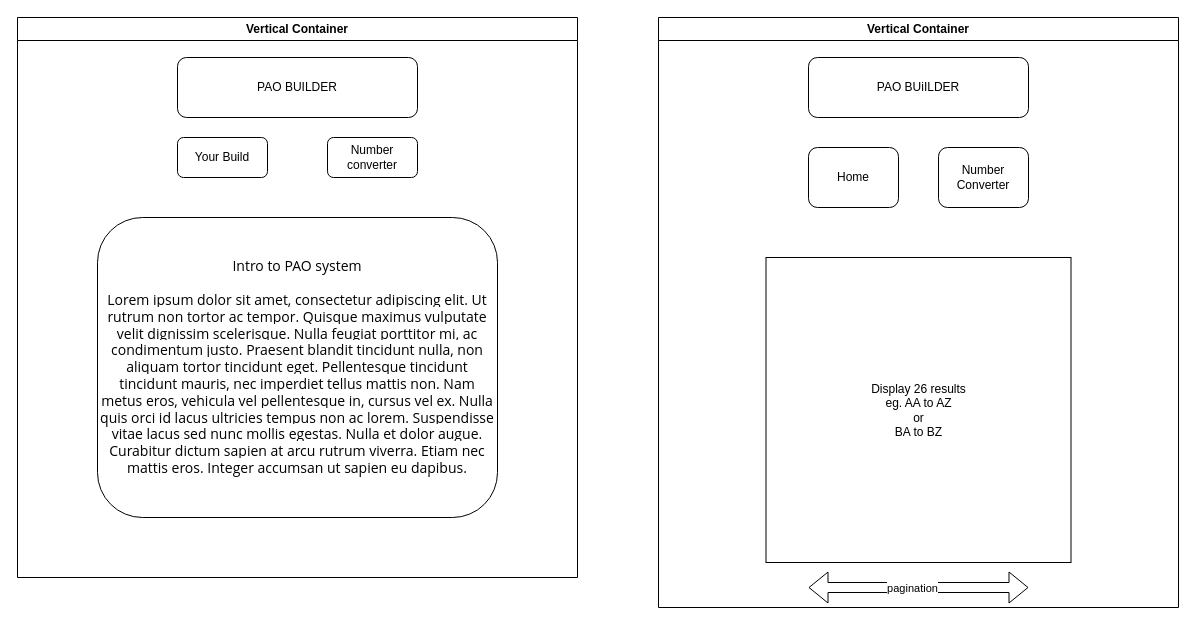
The draw.io diagram public/Untitled Diagram.drawio in Henry-Tottle/paoSystem, before the edit. Source tidied: cells renumbered, new cells numbered last; positions are measured from the earlier drawing's top-left corner, leaving out a move shared by most shapes. Both pictures are drawn from the tidied source at 100%, with x=0, y=0 at pixel (17, 17).
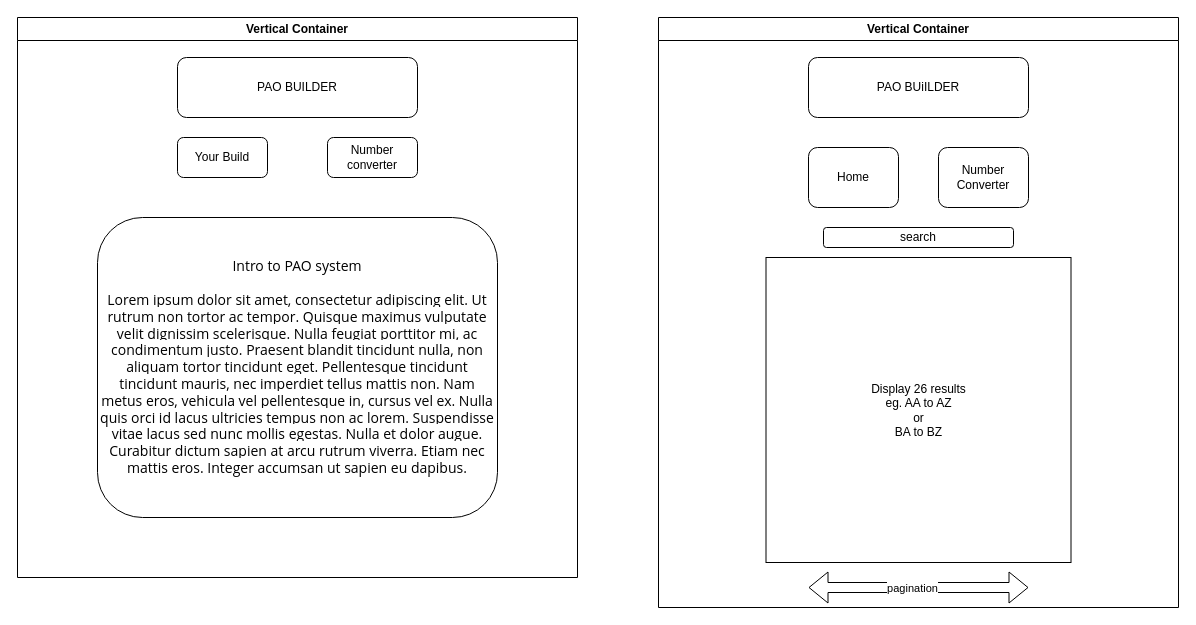
Above is the later version.

The edit, as a diff of the source:
```diff
@@
 <mxGraphModel>
   <root>
     <mxCell id="0" />
     <mxCell id="1" parent="0" />
     <mxCell id="2" value="Vertical Container" style="swimlane;whiteSpace=wrap;html=1;" parent="1" vertex="1">
       <mxGeometry width="560" height="560" as="geometry" />
     </mxCell>
     <mxCell id="3" value="PAO BUILDER" style="rounded=1;whiteSpace=wrap;html=1;" parent="2" vertex="1">
       <mxGeometry x="160" y="40" width="240" height="60" as="geometry" />
     </mxCell>
     <mxCell id="4" value="Your Build" style="rounded=1;whiteSpace=wrap;html=1;" parent="2" vertex="1">
       <mxGeometry x="160" y="120" width="90" height="40" as="geometry" />
     </mxCell>
     <mxCell id="5" value="Number converter" style="rounded=1;whiteSpace=wrap;html=1;" parent="2" vertex="1">
       <mxGeometry x="310" y="120" width="90" height="40" as="geometry" />
     </mxCell>
     <mxCell id="6" value="&lt;div&gt;&lt;span style=&quot;font-family: &amp;quot;Open Sans&amp;quot;, Arial, sans-serif; font-size: 14px; text-align: justify; background-color: rgb(255, 255, 255);&quot;&gt;Intro to PAO system&lt;/span&gt;&lt;/div&gt;&lt;div&gt;&lt;span style=&quot;font-family: &amp;quot;Open Sans&amp;quot;, Arial, sans-serif; font-size: 14px; text-align: justify; background-color: rgb(255, 255, 255);&quot;&gt;&lt;br&gt;&lt;/span&gt;&lt;/div&gt;&lt;span style=&quot;font-family: &amp;quot;Open Sans&amp;quot;, Arial, sans-serif; font-size: 14px; text-align: justify; background-color: rgb(255, 255, 255);&quot;&gt;Lorem ipsum dolor sit amet, consectetur adipiscing elit. Ut rutrum non tortor ac tempor. Quisque maximus vulputate velit dignissim scelerisque. Nulla feugiat porttitor mi, ac condimentum justo. Praesent blandit tincidunt nulla, non aliquam tortor tincidunt eget. Pellentesque tincidunt tincidunt mauris, nec imperdiet tellus mattis non. Nam metus eros, vehicula vel pellentesque in, cursus vel ex. Nulla quis orci id lacus ultricies tempus non ac lorem. Suspendisse vitae lacus sed nunc mollis egestas. Nulla et dolor augue. Curabitur dictum sapien at arcu rutrum viverra. Etiam nec mattis eros. Integer accumsan ut sapien eu dapibus.&lt;/span&gt;" style="rounded=1;whiteSpace=wrap;html=1;" parent="2" vertex="1">
       <mxGeometry x="80" y="200" width="400" height="300" as="geometry" />
     </mxCell>
     <mxCell id="7" value="Vertical Container" style="swimlane;whiteSpace=wrap;html=1;" parent="1" vertex="1">
       <mxGeometry x="641" width="520" height="590" as="geometry" />
     </mxCell>
     <mxCell id="8" value="PAO BUiILDER" style="rounded=1;whiteSpace=wrap;html=1;" parent="7" vertex="1">
       <mxGeometry x="150" y="40" width="220" height="60" as="geometry" />
     </mxCell>
     <mxCell id="9" value="Number Converter" style="rounded=1;whiteSpace=wrap;html=1;" parent="7" vertex="1">
       <mxGeometry x="280" y="130" width="90" height="60" as="geometry" />
     </mxCell>
     <mxCell id="10" value="Home" style="rounded=1;whiteSpace=wrap;html=1;" parent="7" vertex="1">
       <mxGeometry x="150" y="130" width="90" height="60" as="geometry" />
     </mxCell>
     <mxCell id="11" value="Display 26 results&lt;div&gt;eg. AA to AZ&lt;/div&gt;&lt;div&gt;or&lt;/div&gt;&lt;div&gt;BA to BZ&lt;/div&gt;" style="whiteSpace=wrap;html=1;" parent="7" vertex="1">
       <mxGeometry x="107.5" y="240" width="305" height="305" as="geometry" />
     </mxCell>
     <mxCell id="12" style="shape=flexArrow;endArrow=classic;startArrow=classic;html=1;rounded=0;" parent="7" edge="1">
       <mxGeometry relative="1" as="geometry">
         <mxPoint x="150" y="570" as="sourcePoint" />
         <mxPoint x="370" y="570" as="targetPoint" />
       </mxGeometry>
     </mxCell>
     <mxCell id="13" value="pagination" style="edgeLabel;html=1;align=center;verticalAlign=middle;" parent="12" vertex="1">
       <mxGeometry x="-0.06" relative="1" as="geometry" />
     </mxCell>
+    <mxCell id="14" value="search" style="rounded=1;whiteSpace=wrap;html=1;" parent="7" vertex="1">
+      <mxGeometry x="165" y="210" width="190" height="20" as="geometry" />
+    </mxCell>
   </root>
 </mxGraphModel>
```
